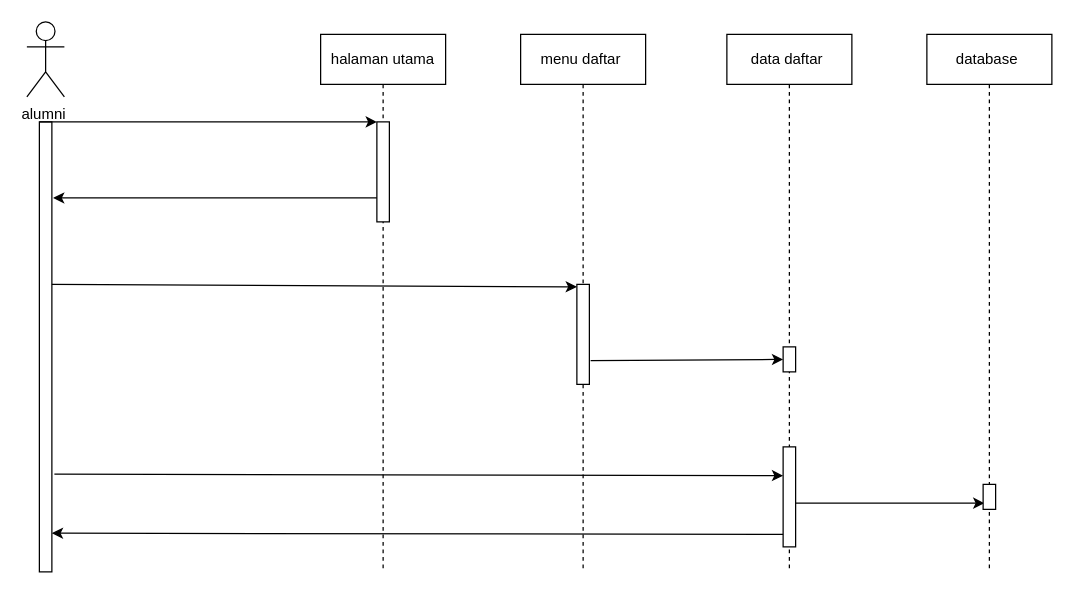
This is regis Sequence   Diagram.drawio from ratihpn99/tokoonline, a draw.io file, before an edit. Source tidied: cells renumbered, new cells numbered last; positions are measured from the earlier drawing's top-left corner, leaving out a move shared by most shapes. Both pictures are drawn from the tidied source at 125%, with x=0, y=0 at pixel (26, 21).
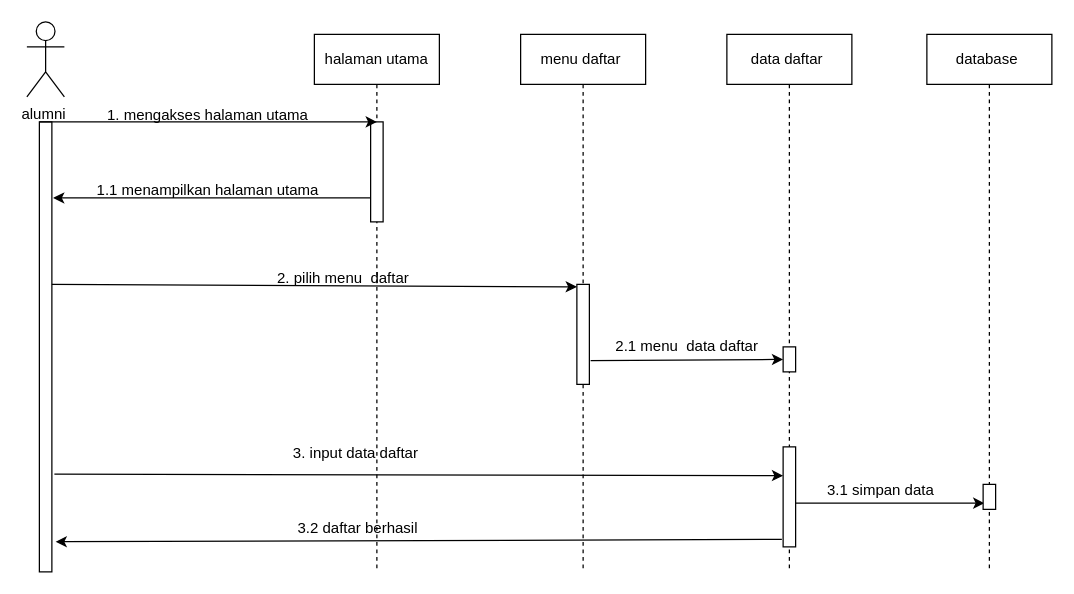
The same page after the edit.

The change refers to these unchanged cells:
```xml
<mxCell id="8" style="html=1;points=[];perimeter=orthogonalPerimeter;" parent="1" vertex="1">
  <mxGeometry x="10" y="80" width="10" height="360" as="geometry" />
</mxCell>
<mxCell id="10" style="html=1;points=[];perimeter=orthogonalPerimeter;" parent="9" vertex="1">
  <mxGeometry x="45" y="330" width="10" height="80" as="geometry" />
</mxCell>
<mxCell id="12" value="database&amp;nbsp;" style="shape=umlLifeline;perimeter=lifelinePerimeter;whiteSpace=wrap;html=1;" parent="1" vertex="1">
  <mxGeometry x="720" y="10" width="100" height="430" as="geometry" />
</mxCell>
```

Diff of the diagram source:
```diff
@@
-    <mxCell id="3" style="endArrow=classic;html=1;rounded=0;entryX=1;entryY=0.914;entryDx=0;entryDy=0;entryPerimeter=0;exitX=0.1;exitY=0.875;exitDx=0;exitDy=0;exitPerimeter=0;" parent="1" edge="1" source="10" target="8">
-      <mxGeometry relative="1" as="geometry" />
-    </mxCell>
@@
     <mxCell id="6" value="halaman utama" style="shape=umlLifeline;perimeter=lifelinePerimeter;whiteSpace=wrap;html=1;" parent="1" vertex="1">
-      <mxGeometry x="235" y="10" width="100" height="430" as="geometry" />
+      <mxGeometry x="230" y="10" width="100" height="430" as="geometry" />
     </mxCell>
@@
+    <mxCell id="20" value="2. pilih menu&amp;nbsp; daftar&amp;nbsp;" style="text;html=1;strokeColor=none;fillColor=none;align=center;verticalAlign=middle;whiteSpace=wrap;rounded=0;" parent="6" vertex="1">
+      <mxGeometry x="-65" y="180" width="180" height="30" as="geometry" />
+    </mxCell>
+    <mxCell id="21" value="3. input data daftar&amp;nbsp;" style="text;html=1;strokeColor=none;fillColor=none;align=center;verticalAlign=middle;whiteSpace=wrap;rounded=0;" parent="6" vertex="1">
+      <mxGeometry x="-55" y="320" width="180" height="30" as="geometry" />
+    </mxCell>
+    <mxCell id="22" value="3.2 daftar berhasil" style="text;html=1;strokeColor=none;fillColor=none;align=center;verticalAlign=middle;whiteSpace=wrap;rounded=0;" parent="6" vertex="1">
+      <mxGeometry x="-55" y="380" width="180" height="30" as="geometry" />
+    </mxCell>
@@
+    <mxCell id="23" value="3.1 simpan data&amp;nbsp;" style="text;html=1;strokeColor=none;fillColor=none;align=center;verticalAlign=middle;whiteSpace=wrap;rounded=0;" parent="12" vertex="1">
+      <mxGeometry x="-125" y="350" width="180" height="30" as="geometry" />
+    </mxCell>
@@
+    <mxCell id="24" value="1. mengakses halaman utama" style="text;html=1;strokeColor=none;fillColor=none;align=center;verticalAlign=middle;whiteSpace=wrap;rounded=0;" parent="1" vertex="1">
+      <mxGeometry x="55" y="60" width="180" height="30" as="geometry" />
+    </mxCell>
+    <mxCell id="25" value="1.1 menampilkan halaman utama" style="text;html=1;strokeColor=none;fillColor=none;align=center;verticalAlign=middle;whiteSpace=wrap;rounded=0;" parent="1" vertex="1">
+      <mxGeometry x="55" y="120" width="180" height="30" as="geometry" />
+    </mxCell>
+    <mxCell id="26" value="2.1 menu&amp;nbsp; data daftar&amp;nbsp;" style="text;html=1;strokeColor=none;fillColor=none;align=center;verticalAlign=middle;whiteSpace=wrap;rounded=0;" parent="1" vertex="1">
+      <mxGeometry x="440" y="245" width="180" height="30" as="geometry" />
+    </mxCell>
+    <mxCell id="3" style="endArrow=classic;html=1;rounded=0;exitX=-0.1;exitY=0.925;exitDx=0;exitDy=0;exitPerimeter=0;entryX=1.3;entryY=0.933;entryDx=0;entryDy=0;entryPerimeter=0;" parent="1" edge="1" source="10" target="8">
+      <mxGeometry relative="1" as="geometry" />
+    </mxCell>
```
